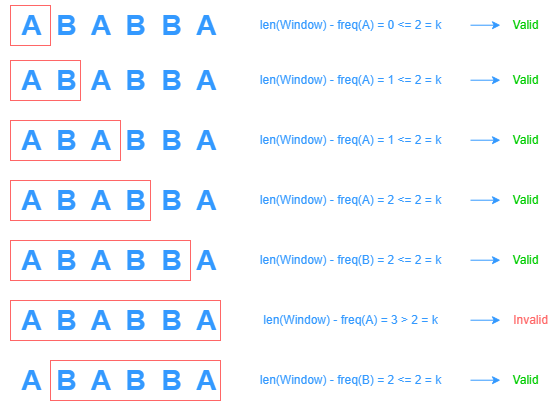
ashiven/leetcode-solutions keeps this draw.io diagram as Neetcode150/img/LongestRepeatingCharacters.png. Above is the earlier version. Source tidied: cells renumbered, new cells last; positions are measured from the earlier drawing's top-left corner, leaving out a move shared by most shapes.
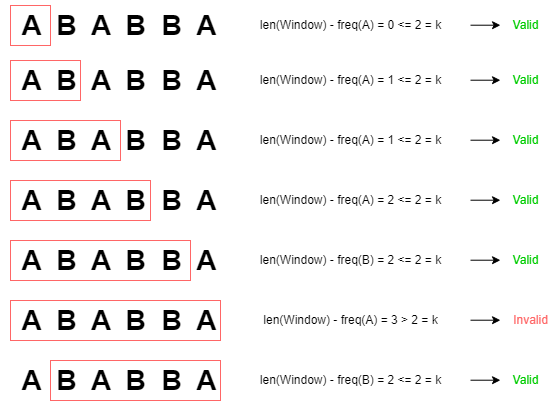
The same file after the commit.

What changed in the source:
```diff
@@ -2,16 +2,16 @@
   <root>
     <mxCell id="0" />
     <mxCell id="1" parent="0" />
-    <mxCell id="2" value="&lt;b&gt;&lt;font style=&quot;font-size: 28px;&quot;&gt;&amp;nbsp;A&amp;nbsp; B&amp;nbsp; A&amp;nbsp; B&amp;nbsp; B&amp;nbsp; A&lt;/font&gt;&lt;/b&gt;" style="text;html=1;align=center;verticalAlign=middle;strokeColor=none;fillColor=none;fontColor=#3399FF;" parent="1" vertex="1">
+    <mxCell id="2" value="&lt;b&gt;&lt;font style=&quot;font-size: 28px;&quot;&gt;&amp;nbsp;A&amp;nbsp; B&amp;nbsp; A&amp;nbsp; B&amp;nbsp; B&amp;nbsp; A&lt;/font&gt;&lt;/b&gt;" style="text;html=1;align=center;verticalAlign=middle;strokeColor=none;fillColor=none;fontColor=#000000;" parent="1" vertex="1">
       <mxGeometry width="230" height="50" as="geometry" />
     </mxCell>
-    <mxCell id="3" style="whiteSpace=wrap;html=1;fillColor=none;strokeColor=#FF6666;fontColor=#3399FF;" parent="1" vertex="1">
+    <mxCell id="3" style="whiteSpace=wrap;html=1;fillColor=none;strokeColor=#FF6666;fontColor=#000000;" parent="1" vertex="1">
       <mxGeometry x="10" y="5" width="40" height="40" as="geometry" />
     </mxCell>
-    <mxCell id="4" value="&lt;font&gt;len(Window) - freq(A) = 0 &amp;lt;= 2 = k&lt;/font&gt;" style="text;html=1;align=center;verticalAlign=middle;strokeColor=none;fillColor=none;fontColor=#3399FF;" parent="1" vertex="1">
+    <mxCell id="4" value="&lt;font&gt;len(Window) - freq(A) = 0 &amp;lt;= 2 = k&lt;/font&gt;" style="text;html=1;align=center;verticalAlign=middle;strokeColor=none;fillColor=none;fontColor=#000000;" parent="1" vertex="1">
       <mxGeometry x="250" y="10" width="200" height="30" as="geometry" />
     </mxCell>
-    <mxCell id="5" style="endArrow=classic;html=1;rounded=0;strokeColor=#3399FF;fontColor=#3399FF;" parent="1" edge="1">
+    <mxCell id="5" style="endArrow=classic;html=1;rounded=0;strokeColor=#000000;fontColor=#000000;" parent="1" edge="1">
       <mxGeometry relative="1" as="geometry">
         <mxPoint x="470" y="24.7" as="sourcePoint" />
         <mxPoint x="500" y="24.7" as="targetPoint" />
@@ -20,16 +20,16 @@
     <mxCell id="6" value="&lt;font color=&quot;#00cc00&quot;&gt;Valid&lt;/font&gt;" style="text;html=1;align=center;verticalAlign=middle;strokeColor=none;fillColor=none;" parent="1" vertex="1">
       <mxGeometry x="500" y="10" width="50" height="30" as="geometry" />
     </mxCell>
-    <mxCell id="7" value="&lt;b&gt;&lt;font style=&quot;font-size: 28px;&quot;&gt;&amp;nbsp;A&amp;nbsp; B&amp;nbsp; A&amp;nbsp; B&amp;nbsp; B&amp;nbsp; A&lt;/font&gt;&lt;/b&gt;" style="text;html=1;align=center;verticalAlign=middle;strokeColor=none;fillColor=none;fontColor=#3399FF;" parent="1" vertex="1">
+    <mxCell id="7" value="&lt;b&gt;&lt;font style=&quot;font-size: 28px;&quot;&gt;&amp;nbsp;A&amp;nbsp; B&amp;nbsp; A&amp;nbsp; B&amp;nbsp; B&amp;nbsp; A&lt;/font&gt;&lt;/b&gt;" style="text;html=1;align=center;verticalAlign=middle;strokeColor=none;fillColor=none;fontColor=#000000;" parent="1" vertex="1">
       <mxGeometry y="55" width="230" height="50" as="geometry" />
     </mxCell>
-    <mxCell id="8" style="rounded=0;whiteSpace=wrap;html=1;fillColor=none;strokeColor=#FF6666;fontColor=#3399FF;" parent="1" vertex="1">
+    <mxCell id="8" style="rounded=0;whiteSpace=wrap;html=1;fillColor=none;strokeColor=#FF6666;fontColor=#000000;" parent="1" vertex="1">
       <mxGeometry x="10" y="60" width="70" height="40" as="geometry" />
     </mxCell>
-    <mxCell id="9" value="&lt;font&gt;len(Window) - freq(A) = 1 &amp;lt;= 2 = k&lt;/font&gt;" style="text;html=1;align=center;verticalAlign=middle;strokeColor=none;fillColor=none;fontColor=#3399FF;" parent="1" vertex="1">
+    <mxCell id="9" value="&lt;font&gt;len(Window) - freq(A) = 1 &amp;lt;= 2 = k&lt;/font&gt;" style="text;html=1;align=center;verticalAlign=middle;strokeColor=none;fillColor=none;fontColor=#000000;" parent="1" vertex="1">
       <mxGeometry x="250" y="65" width="200" height="30" as="geometry" />
     </mxCell>
-    <mxCell id="10" style="endArrow=classic;html=1;rounded=0;strokeColor=#3399FF;fontColor=#3399FF;" parent="1" edge="1">
+    <mxCell id="10" style="endArrow=classic;html=1;rounded=0;strokeColor=#000000;fontColor=#000000;" parent="1" edge="1">
       <mxGeometry relative="1" as="geometry">
         <mxPoint x="470" y="79.7" as="sourcePoint" />
         <mxPoint x="500" y="79.7" as="targetPoint" />
@@ -38,16 +38,16 @@
     <mxCell id="11" value="&lt;font color=&quot;#00cc00&quot;&gt;Valid&lt;/font&gt;" style="text;html=1;align=center;verticalAlign=middle;strokeColor=none;fillColor=none;" parent="1" vertex="1">
       <mxGeometry x="500" y="65" width="50" height="30" as="geometry" />
     </mxCell>
-    <mxCell id="12" value="&lt;b&gt;&lt;font style=&quot;font-size: 28px;&quot;&gt;&amp;nbsp;A&amp;nbsp; B&amp;nbsp; A&amp;nbsp; B&amp;nbsp; B&amp;nbsp; A&lt;/font&gt;&lt;/b&gt;" style="text;html=1;align=center;verticalAlign=middle;strokeColor=none;fillColor=none;fontColor=#3399FF;" parent="1" vertex="1">
+    <mxCell id="12" value="&lt;b&gt;&lt;font style=&quot;font-size: 28px;&quot;&gt;&amp;nbsp;A&amp;nbsp; B&amp;nbsp; A&amp;nbsp; B&amp;nbsp; B&amp;nbsp; A&lt;/font&gt;&lt;/b&gt;" style="text;html=1;align=center;verticalAlign=middle;strokeColor=none;fillColor=none;fontColor=#000000;" parent="1" vertex="1">
       <mxGeometry y="115" width="230" height="50" as="geometry" />
     </mxCell>
-    <mxCell id="13" style="rounded=0;whiteSpace=wrap;html=1;fillColor=none;strokeColor=#FF6666;fontColor=#3399FF;" parent="1" vertex="1">
+    <mxCell id="13" style="rounded=0;whiteSpace=wrap;html=1;fillColor=none;strokeColor=#FF6666;fontColor=#000000;" parent="1" vertex="1">
       <mxGeometry x="10" y="120" width="110" height="40" as="geometry" />
     </mxCell>
-    <mxCell id="14" value="&lt;font&gt;len(Window) - freq(A) = 1 &amp;lt;= 2 = k&lt;/font&gt;" style="text;html=1;align=center;verticalAlign=middle;strokeColor=none;fillColor=none;fontColor=#3399FF;" parent="1" vertex="1">
+    <mxCell id="14" value="&lt;font&gt;len(Window) - freq(A) = 1 &amp;lt;= 2 = k&lt;/font&gt;" style="text;html=1;align=center;verticalAlign=middle;strokeColor=none;fillColor=none;fontColor=#000000;" parent="1" vertex="1">
       <mxGeometry x="250" y="125" width="200" height="30" as="geometry" />
     </mxCell>
-    <mxCell id="15" style="endArrow=classic;html=1;rounded=0;strokeColor=#3399FF;fontColor=#3399FF;" parent="1" edge="1">
+    <mxCell id="15" style="endArrow=classic;html=1;rounded=0;strokeColor=#000000;fontColor=#000000;" parent="1" edge="1">
       <mxGeometry relative="1" as="geometry">
         <mxPoint x="470" y="139.7" as="sourcePoint" />
         <mxPoint x="500" y="139.7" as="targetPoint" />
@@ -56,16 +56,16 @@
     <mxCell id="16" value="&lt;font color=&quot;#00cc00&quot;&gt;Valid&lt;/font&gt;" style="text;html=1;align=center;verticalAlign=middle;strokeColor=none;fillColor=none;" parent="1" vertex="1">
       <mxGeometry x="500" y="125" width="50" height="30" as="geometry" />
     </mxCell>
-    <mxCell id="17" value="&lt;b&gt;&lt;font style=&quot;font-size: 28px;&quot;&gt;&amp;nbsp;A&amp;nbsp; B&amp;nbsp; A&amp;nbsp; B&amp;nbsp; B&amp;nbsp; A&lt;/font&gt;&lt;/b&gt;" style="text;html=1;align=center;verticalAlign=middle;strokeColor=none;fillColor=none;fontColor=#3399FF;" parent="1" vertex="1">
+    <mxCell id="17" value="&lt;b&gt;&lt;font style=&quot;font-size: 28px;&quot;&gt;&amp;nbsp;A&amp;nbsp; B&amp;nbsp; A&amp;nbsp; B&amp;nbsp; B&amp;nbsp; A&lt;/font&gt;&lt;/b&gt;" style="text;html=1;align=center;verticalAlign=middle;strokeColor=none;fillColor=none;fontColor=#000000;" parent="1" vertex="1">
       <mxGeometry y="175" width="230" height="50" as="geometry" />
     </mxCell>
-    <mxCell id="18" style="rounded=0;whiteSpace=wrap;html=1;fillColor=none;strokeColor=#FF6666;fontColor=#3399FF;" parent="1" vertex="1">
+    <mxCell id="18" style="rounded=0;whiteSpace=wrap;html=1;fillColor=none;strokeColor=#FF6666;fontColor=#000000;" parent="1" vertex="1">
       <mxGeometry x="10" y="180" width="140" height="40" as="geometry" />
     </mxCell>
-    <mxCell id="19" value="&lt;font&gt;len(Window) - freq(A) = 2 &amp;lt;= 2 = k&lt;/font&gt;" style="text;html=1;align=center;verticalAlign=middle;strokeColor=none;fillColor=none;fontColor=#3399FF;" parent="1" vertex="1">
+    <mxCell id="19" value="&lt;font&gt;len(Window) - freq(A) = 2 &amp;lt;= 2 = k&lt;/font&gt;" style="text;html=1;align=center;verticalAlign=middle;strokeColor=none;fillColor=none;fontColor=#000000;" parent="1" vertex="1">
       <mxGeometry x="250" y="185" width="200" height="30" as="geometry" />
     </mxCell>
-    <mxCell id="20" style="endArrow=classic;html=1;rounded=0;strokeColor=#3399FF;fontColor=#3399FF;" parent="1" edge="1">
+    <mxCell id="20" style="endArrow=classic;html=1;rounded=0;strokeColor=#000000;fontColor=#000000;" parent="1" edge="1">
       <mxGeometry relative="1" as="geometry">
         <mxPoint x="470" y="199.7" as="sourcePoint" />
         <mxPoint x="500" y="199.7" as="targetPoint" />
@@ -74,16 +74,16 @@
     <mxCell id="21" value="&lt;font color=&quot;#00cc00&quot;&gt;Valid&lt;/font&gt;" style="text;html=1;align=center;verticalAlign=middle;strokeColor=none;fillColor=none;" parent="1" vertex="1">
       <mxGeometry x="500" y="185" width="50" height="30" as="geometry" />
     </mxCell>
-    <mxCell id="22" value="&lt;b&gt;&lt;font style=&quot;font-size: 28px;&quot;&gt;&amp;nbsp;A&amp;nbsp; B&amp;nbsp; A&amp;nbsp; B&amp;nbsp; B&amp;nbsp; A&lt;/font&gt;&lt;/b&gt;" style="text;html=1;align=center;verticalAlign=middle;strokeColor=none;fillColor=none;fontColor=#3399FF;" parent="1" vertex="1">
+    <mxCell id="22" value="&lt;b&gt;&lt;font style=&quot;font-size: 28px;&quot;&gt;&amp;nbsp;A&amp;nbsp; B&amp;nbsp; A&amp;nbsp; B&amp;nbsp; B&amp;nbsp; A&lt;/font&gt;&lt;/b&gt;" style="text;html=1;align=center;verticalAlign=middle;strokeColor=none;fillColor=none;fontColor=#000000;" parent="1" vertex="1">
       <mxGeometry y="235" width="230" height="50" as="geometry" />
     </mxCell>
-    <mxCell id="23" style="rounded=0;whiteSpace=wrap;html=1;fillColor=none;strokeColor=#FF6666;fontColor=#3399FF;" parent="1" vertex="1">
+    <mxCell id="23" style="rounded=0;whiteSpace=wrap;html=1;fillColor=none;strokeColor=#FF6666;fontColor=#000000;" parent="1" vertex="1">
       <mxGeometry x="10" y="240" width="180" height="40" as="geometry" />
     </mxCell>
-    <mxCell id="24" value="&lt;font&gt;len(Window) - freq(B) = 2 &amp;lt;= 2 = k&lt;/font&gt;" style="text;html=1;align=center;verticalAlign=middle;strokeColor=none;fillColor=none;fontColor=#3399FF;" parent="1" vertex="1">
+    <mxCell id="24" value="&lt;font&gt;len(Window) - freq(B) = 2 &amp;lt;= 2 = k&lt;/font&gt;" style="text;html=1;align=center;verticalAlign=middle;strokeColor=none;fillColor=none;fontColor=#000000;" parent="1" vertex="1">
       <mxGeometry x="250" y="245" width="200" height="30" as="geometry" />
     </mxCell>
-    <mxCell id="25" style="endArrow=classic;html=1;rounded=0;strokeColor=#3399FF;fontColor=#3399FF;" parent="1" edge="1">
+    <mxCell id="25" style="endArrow=classic;html=1;rounded=0;strokeColor=#000000;fontColor=#000000;" parent="1" edge="1">
       <mxGeometry relative="1" as="geometry">
         <mxPoint x="470" y="259.7" as="sourcePoint" />
         <mxPoint x="500" y="259.7" as="targetPoint" />
@@ -92,16 +92,16 @@
     <mxCell id="26" value="&lt;font color=&quot;#00cc00&quot;&gt;Valid&lt;/font&gt;" style="text;html=1;align=center;verticalAlign=middle;strokeColor=none;fillColor=none;" parent="1" vertex="1">
       <mxGeometry x="500" y="245" width="50" height="30" as="geometry" />
     </mxCell>
-    <mxCell id="27" value="&lt;b&gt;&lt;font style=&quot;font-size: 28px;&quot;&gt;&amp;nbsp;A&amp;nbsp; B&amp;nbsp; A&amp;nbsp; B&amp;nbsp; B&amp;nbsp; A&lt;/font&gt;&lt;/b&gt;" style="text;html=1;align=center;verticalAlign=middle;strokeColor=none;fillColor=none;fontColor=#3399FF;" parent="1" vertex="1">
+    <mxCell id="27" value="&lt;b&gt;&lt;font style=&quot;font-size: 28px;&quot;&gt;&amp;nbsp;A&amp;nbsp; B&amp;nbsp; A&amp;nbsp; B&amp;nbsp; B&amp;nbsp; A&lt;/font&gt;&lt;/b&gt;" style="text;html=1;align=center;verticalAlign=middle;strokeColor=none;fillColor=none;fontColor=#000000;" parent="1" vertex="1">
       <mxGeometry y="295" width="230" height="50" as="geometry" />
     </mxCell>
-    <mxCell id="28" style="rounded=0;whiteSpace=wrap;html=1;fillColor=none;strokeColor=#FF6666;fontColor=#3399FF;" parent="1" vertex="1">
+    <mxCell id="28" style="rounded=0;whiteSpace=wrap;html=1;fillColor=none;strokeColor=#FF6666;fontColor=#000000;" parent="1" vertex="1">
       <mxGeometry x="10" y="300" width="210" height="40" as="geometry" />
     </mxCell>
-    <mxCell id="29" value="&lt;font&gt;len(Window) - freq(A) = 3 &amp;gt; 2 = k&lt;/font&gt;" style="text;html=1;align=center;verticalAlign=middle;strokeColor=none;fillColor=none;fontColor=#3399FF;" parent="1" vertex="1">
+    <mxCell id="29" value="&lt;font&gt;len(Window) - freq(A) = 3 &amp;gt; 2 = k&lt;/font&gt;" style="text;html=1;align=center;verticalAlign=middle;strokeColor=none;fillColor=none;fontColor=#000000;" parent="1" vertex="1">
       <mxGeometry x="250" y="305" width="200" height="30" as="geometry" />
     </mxCell>
-    <mxCell id="30" style="endArrow=classic;html=1;rounded=0;strokeColor=#3399FF;fontColor=#3399FF;" parent="1" edge="1">
+    <mxCell id="30" style="endArrow=classic;html=1;rounded=0;strokeColor=#000000;fontColor=#000000;" parent="1" edge="1">
       <mxGeometry relative="1" as="geometry">
         <mxPoint x="470" y="319.7" as="sourcePoint" />
         <mxPoint x="500" y="319.7" as="targetPoint" />
@@ -110,16 +110,16 @@
     <mxCell id="31" value="&lt;font color=&quot;#ff6666&quot;&gt;Invalid&lt;/font&gt;" style="text;html=1;align=center;verticalAlign=middle;strokeColor=none;fillColor=none;" parent="1" vertex="1">
       <mxGeometry x="500" y="305" width="60" height="30" as="geometry" />
     </mxCell>
-    <mxCell id="32" value="&lt;b&gt;&lt;font style=&quot;font-size: 28px;&quot;&gt;&amp;nbsp;A&amp;nbsp; B&amp;nbsp; A&amp;nbsp; B&amp;nbsp; B&amp;nbsp; A&lt;/font&gt;&lt;/b&gt;" style="text;html=1;align=center;verticalAlign=middle;strokeColor=none;fillColor=none;fontColor=#3399FF;" parent="1" vertex="1">
+    <mxCell id="32" value="&lt;b&gt;&lt;font style=&quot;font-size: 28px;&quot;&gt;&amp;nbsp;A&amp;nbsp; B&amp;nbsp; A&amp;nbsp; B&amp;nbsp; B&amp;nbsp; A&lt;/font&gt;&lt;/b&gt;" style="text;html=1;align=center;verticalAlign=middle;strokeColor=none;fillColor=none;fontColor=#000000;" parent="1" vertex="1">
       <mxGeometry y="355" width="230" height="50" as="geometry" />
     </mxCell>
-    <mxCell id="33" style="rounded=0;whiteSpace=wrap;html=1;fillColor=none;strokeColor=#FF6666;fontColor=#3399FF;" parent="1" vertex="1">
+    <mxCell id="33" style="rounded=0;whiteSpace=wrap;html=1;fillColor=none;strokeColor=#FF6666;fontColor=#000000;" parent="1" vertex="1">
       <mxGeometry x="50" y="360" width="170" height="40" as="geometry" />
     </mxCell>
-    <mxCell id="34" value="&lt;font&gt;len(Window) - freq(B) = 2 &amp;lt;= 2 = k&lt;/font&gt;" style="text;html=1;align=center;verticalAlign=middle;strokeColor=none;fillColor=none;fontColor=#3399FF;" parent="1" vertex="1">
+    <mxCell id="34" value="&lt;font&gt;len(Window) - freq(B) = 2 &amp;lt;= 2 = k&lt;/font&gt;" style="text;html=1;align=center;verticalAlign=middle;strokeColor=none;fillColor=none;fontColor=#000000;" parent="1" vertex="1">
       <mxGeometry x="250" y="365" width="200" height="30" as="geometry" />
     </mxCell>
-    <mxCell id="35" style="endArrow=classic;html=1;rounded=0;strokeColor=#3399FF;fontColor=#3399FF;" parent="1" edge="1">
+    <mxCell id="35" style="endArrow=classic;html=1;rounded=0;strokeColor=#000000;fontColor=#000000;" parent="1" edge="1">
       <mxGeometry relative="1" as="geometry">
         <mxPoint x="470" y="379.7" as="sourcePoint" />
         <mxPoint x="500" y="379.7" as="targetPoint" />
```
